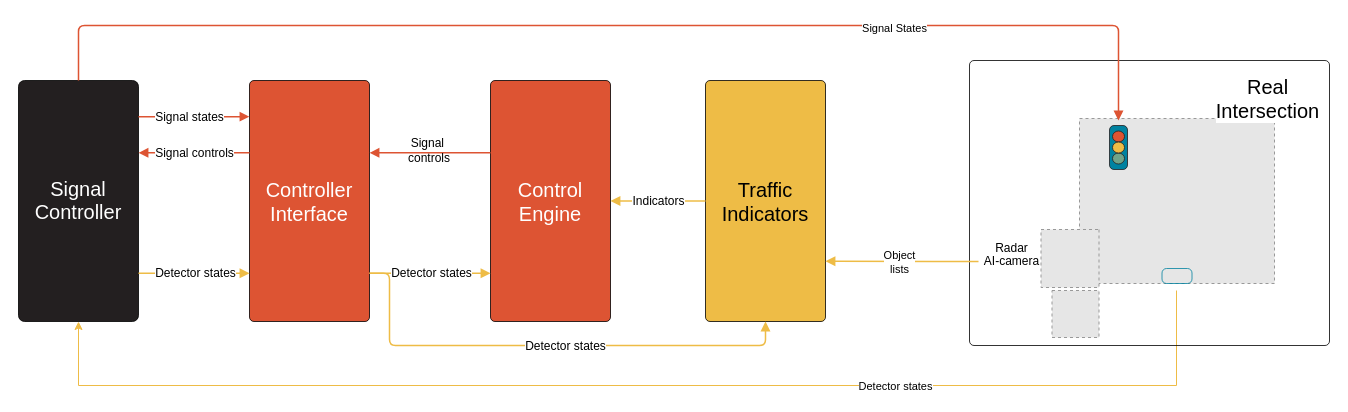
Before: page "live_control" (4 of 5) of doc/dia/OC_README_diagrams.drawio in Open-TLC/open_controller, a draw.io diagram. Source tidied: cells renumbered, new cells numbered last; positions are measured from the earlier drawing's top-left corner, leaving out a move shared by most shapes. Both pictures are drawn from the tidied source at 100%, with x=0, y=0 at pixel (18, 25). Pictures stored in the file or linked from it are replaced by grey dashed boxes.
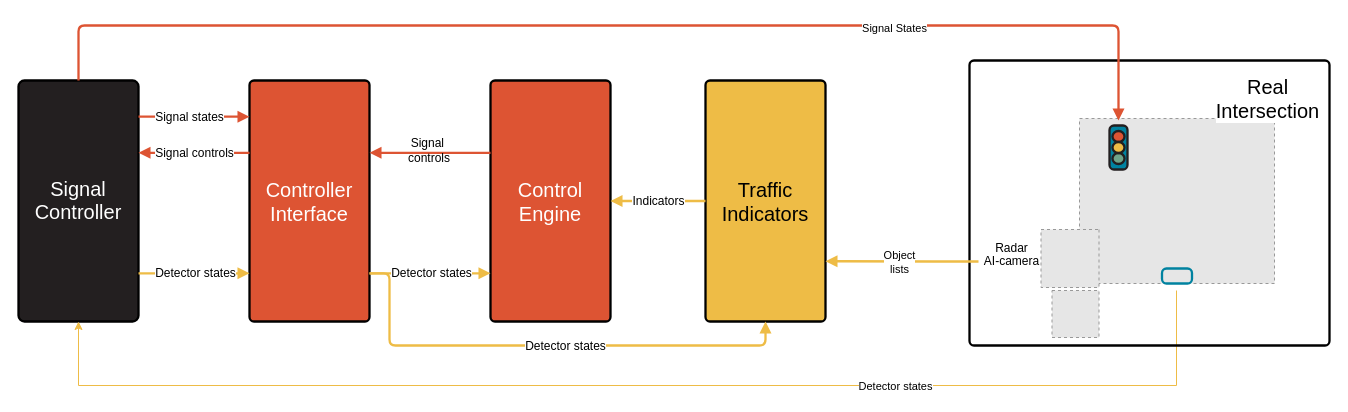
The same page after the edit.

Unchanged cells that the change refers to:
```xml
<mxCell id="30" value="&lt;div style=&quot;display: flex; justify-content: center; text-align: center; align-items: baseline; font-size: 0; line-height: 1.25;margin-top: -2px;&quot;&gt;&lt;span&gt;&lt;span style=&quot;font-size:12px;&quot;&gt;Radar&#10;&lt;/span&gt;&lt;/span&gt;&lt;/div&gt;&lt;div style=&quot;display: flex; justify-content: center; text-align: center; align-items: baseline; font-size: 0; line-height: 1.25;margin-top: -2px;&quot;&gt;&lt;span&gt;&lt;span style=&quot;font-size:12px;&quot;&gt;AI-camera&lt;/span&gt;&lt;/span&gt;&lt;/div&gt;" style="html=1;overflow=block;blockSpacing=1;whiteSpace=wrap;fontSize=13;align=left;spacing=3.8;verticalAlign=top;strokeColor=none;fillOpacity=0;rounded=1;absoluteArcSize=1;arcSize=9;fillColor=#ffffff;strokeWidth=0;lucidId=RRQAg7AYgrBt;fontFamily=poppins;" parent="1" vertex="1">
  <mxGeometry x="960" y="215" width="67" height="35" as="geometry" />
</mxCell>
```

What changed in the source:
```diff
@@
-    <mxCell id="2" value="&lt;div style=&quot;display: flex; justify-content: center; text-align: center; align-items: baseline; font-size: 0; line-height: 1.25;margin-top: -2px;&quot;&gt;&lt;span&gt;&lt;span style=&quot;font-size:20px;color:#ffffff;font-family: poppins;&quot;&gt;Signal&#10;&lt;/span&gt;&lt;/span&gt;&lt;/div&gt;&lt;div style=&quot;display: flex; justify-content: center; text-align: center; align-items: baseline; font-size: 0; line-height: 1.25;margin-top: -2px;&quot;&gt;&lt;span&gt;&lt;span style=&quot;font-size:20px;color:#ffffff;font-family: poppins;&quot;&gt;Controller&lt;/span&gt;&lt;span style=&quot;font-size:20px;color:#0082a0;font-family: poppins;&quot;&gt; &lt;/span&gt;&lt;/span&gt;&lt;/div&gt;" style="html=1;overflow=block;blockSpacing=1;whiteSpace=wrap;fontSize=13;fontFamily=poppins;spacing=9;strokeOpacity=100;fillOpacity=100;rounded=1;absoluteArcSize=1;arcSize=12;fillColor=#231f20;strokeWidth=0.8;lucidId=Kn7rSv5eXCZB;" parent="1" vertex="1">
+    <mxCell id="2" value="&lt;div style=&quot;display: flex; justify-content: center; text-align: center; align-items: baseline; font-size: 0; line-height: 1.25;margin-top: -2px;&quot;&gt;&lt;span&gt;&lt;span style=&quot;font-size:20px;color:#ffffff;font-family: poppins;&quot;&gt;Signal&#10;&lt;/span&gt;&lt;/span&gt;&lt;/div&gt;&lt;div style=&quot;display: flex; justify-content: center; text-align: center; align-items: baseline; font-size: 0; line-height: 1.25;margin-top: -2px;&quot;&gt;&lt;span&gt;&lt;span style=&quot;font-size:20px;color:#ffffff;font-family: poppins;&quot;&gt;Controller&lt;/span&gt;&lt;span style=&quot;font-size:20px;color:#0082a0;font-family: poppins;&quot;&gt; &lt;/span&gt;&lt;/span&gt;&lt;/div&gt;" style="html=1;overflow=block;blockSpacing=1;whiteSpace=wrap;fontSize=13;fontFamily=poppins;spacing=9;strokeOpacity=100;fillOpacity=100;rounded=1;absoluteArcSize=1;arcSize=12;fillColor=#231f20;strokeWidth=2.3;lucidId=Kn7rSv5eXCZB;" parent="1" vertex="1">
       <mxGeometry y="55" width="120" height="241" as="geometry" />
     </mxCell>
@@
-    <mxCell id="5" style="html=1;overflow=block;blockSpacing=1;whiteSpace=wrap;fontSize=13;spacing=9;strokeOpacity=100;rounded=1;absoluteArcSize=1;arcSize=9;strokeWidth=0.8;lucidId=Kn7rewe0uv9M;fontFamily=poppins;fillColor=none;" parent="1" vertex="1">
+    <mxCell id="5" style="html=1;overflow=block;blockSpacing=1;whiteSpace=wrap;fontSize=13;spacing=9;strokeOpacity=100;rounded=1;absoluteArcSize=1;arcSize=9;strokeWidth=2.3;lucidId=Kn7rewe0uv9M;fontFamily=poppins;fillColor=none;" parent="1" vertex="1">
       <mxGeometry x="951" y="35" width="360" height="285" as="geometry" />
     </mxCell>
-    <mxCell id="6" value="Controller&#10;Interface" style="html=1;overflow=block;blockSpacing=1;whiteSpace=wrap;fontSize=20;fontColor=#ffffff;spacing=9;strokeOpacity=100;fillOpacity=100;rounded=1;absoluteArcSize=1;arcSize=9;fillColor=#dd5433;strokeWidth=0.8;lucidId=Kn7ryrkJqPRo;fontFamily=poppins;" parent="1" vertex="1">
+    <mxCell id="6" value="Controller&#10;Interface" style="html=1;overflow=block;blockSpacing=1;whiteSpace=wrap;fontSize=20;fontColor=#ffffff;spacing=9;strokeOpacity=100;fillOpacity=100;rounded=1;absoluteArcSize=1;arcSize=9;fillColor=#dd5433;strokeWidth=2.3;lucidId=Kn7ryrkJqPRo;fontFamily=poppins;" parent="1" vertex="1">
       <mxGeometry x="231" y="55" width="120" height="241" as="geometry" />
     </mxCell>
-    <mxCell id="7" value="Control&#10;Engine" style="html=1;overflow=block;blockSpacing=1;whiteSpace=wrap;fontSize=20;fontColor=#ffffff;spacing=9;strokeOpacity=100;fillOpacity=100;rounded=1;absoluteArcSize=1;arcSize=9;fillColor=#dd5433;strokeWidth=0.8;lucidId=Kn7rC8S4KXX8;fontFamily=poppins;" parent="1" vertex="1">
+    <mxCell id="7" value="Control&#10;Engine" style="html=1;overflow=block;blockSpacing=1;whiteSpace=wrap;fontSize=20;fontColor=#ffffff;spacing=9;strokeOpacity=100;fillOpacity=100;rounded=1;absoluteArcSize=1;arcSize=9;fillColor=#dd5433;strokeWidth=2.3;lucidId=Kn7rC8S4KXX8;fontFamily=poppins;" parent="1" vertex="1">
       <mxGeometry x="472" y="55" width="120" height="241" as="geometry" />
     </mxCell>
@@
-    <mxCell id="10" style="html=1;jettySize=18;whiteSpace=wrap;fontSize=12;strokeColor=#dd5433;strokeOpacity=100;strokeWidth=1.5;rounded=1;arcSize=12;edgeStyle=orthogonalEdgeStyle;startArrow=none;endArrow=block;endFill=1;exitX=0;exitY=0.3;exitPerimeter=0;entryX=1;entryY=0.3;entryPerimeter=0;lucidId=RRQAwoeQu60a;fontFamily=poppins;" parent="1" edge="1" source="7" target="6">
+    <mxCell id="10" style="html=1;jettySize=18;whiteSpace=wrap;fontSize=12;strokeColor=#dd5433;strokeOpacity=100;strokeWidth=2.3;rounded=1;arcSize=12;edgeStyle=orthogonalEdgeStyle;startArrow=none;endArrow=block;endFill=1;exitX=0;exitY=0.3;exitPerimeter=0;entryX=1;entryY=0.3;entryPerimeter=0;lucidId=RRQAwoeQu60a;fontFamily=poppins;" parent="1" edge="1" source="7" target="6">
       <mxGeometry relative="1" as="geometry" />
     </mxCell>
@@
-    <mxCell id="12" style="html=1;jettySize=18;whiteSpace=wrap;fontSize=12;strokeColor=#dd5433;strokeOpacity=100;strokeWidth=1.5;rounded=1;arcSize=12;edgeStyle=orthogonalEdgeStyle;startArrow=none;endArrow=block;endFill=1;exitX=0;exitY=0.3;exitPerimeter=0;entryX=1;entryY=0.3;entryPerimeter=0;lucidId=RRQAakndd5a0;fontFamily=poppins;" parent="1" edge="1" source="6" target="2">
+    <mxCell id="12" style="html=1;jettySize=18;whiteSpace=wrap;fontSize=12;strokeColor=#dd5433;strokeOpacity=100;strokeWidth=2.3;rounded=1;arcSize=12;edgeStyle=orthogonalEdgeStyle;startArrow=none;endArrow=block;endFill=1;exitX=0;exitY=0.3;exitPerimeter=0;entryX=1;entryY=0.3;entryPerimeter=0;lucidId=RRQAakndd5a0;fontFamily=poppins;" parent="1" edge="1" source="6" target="2">
       <mxGeometry relative="1" as="geometry" />
     </mxCell>
@@
-    <mxCell id="14" style="html=1;jettySize=18;whiteSpace=wrap;fontSize=12;strokeColor=#dd5433;strokeOpacity=100;strokeWidth=1.5;rounded=1;arcSize=12;edgeStyle=orthogonalEdgeStyle;startArrow=none;endArrow=block;endFill=1;exitX=1;exitY=0.15;exitPerimeter=0;entryX=0;entryY=0.15;entryPerimeter=0;lucidId=RRQACrVhdQ6p;fontFamily=poppins;" parent="1" edge="1" source="2" target="6">
+    <mxCell id="14" style="html=1;jettySize=18;whiteSpace=wrap;fontSize=12;strokeColor=#dd5433;strokeOpacity=100;strokeWidth=2.3;rounded=1;arcSize=12;edgeStyle=orthogonalEdgeStyle;startArrow=none;endArrow=block;endFill=1;exitX=1;exitY=0.15;exitPerimeter=0;entryX=0;entryY=0.15;entryPerimeter=0;lucidId=RRQACrVhdQ6p;fontFamily=poppins;" parent="1" edge="1" source="2" target="6">
       <mxGeometry relative="1" as="geometry" />
     </mxCell>
@@
-    <mxCell id="16" style="html=1;jettySize=18;whiteSpace=wrap;fontSize=12;strokeOpacity=100;strokeWidth=1.5;rounded=1;arcSize=12;edgeStyle=orthogonalEdgeStyle;startArrow=none;endArrow=block;endFill=1;exitX=1;exitY=0.8;exitPerimeter=0;entryX=0;entryY=0.8;entryPerimeter=0;lucidId=RRQAB.1W09eF;fontFamily=poppins;strokeColor=#eebc46;" parent="1" edge="1" source="2" target="6">
+    <mxCell id="16" style="html=1;jettySize=18;whiteSpace=wrap;fontSize=12;strokeOpacity=100;strokeWidth=2.3;rounded=1;arcSize=12;edgeStyle=orthogonalEdgeStyle;startArrow=none;endArrow=block;endFill=1;exitX=1;exitY=0.8;exitPerimeter=0;entryX=0;entryY=0.8;entryPerimeter=0;lucidId=RRQAB.1W09eF;fontFamily=poppins;strokeColor=#eebc46;" parent="1" edge="1" source="2" target="6">
       <mxGeometry relative="1" as="geometry" />
     </mxCell>
@@
-    <mxCell id="18" style="html=1;jettySize=18;whiteSpace=wrap;fontSize=12;strokeOpacity=100;strokeWidth=1.5;rounded=1;arcSize=12;edgeStyle=orthogonalEdgeStyle;startArrow=none;endArrow=block;endFill=1;exitX=1;exitY=0.8;exitPerimeter=0;entryX=0;entryY=0.8;entryPerimeter=0;lucidId=RRQA~R8LMGso;fontFamily=poppins;strokeColor=#eebc46;" parent="1" edge="1" source="6" target="7">
+    <mxCell id="18" style="html=1;jettySize=18;whiteSpace=wrap;fontSize=12;strokeOpacity=100;strokeWidth=2.3;rounded=1;arcSize=12;edgeStyle=orthogonalEdgeStyle;startArrow=none;endArrow=block;endFill=1;exitX=1;exitY=0.8;exitPerimeter=0;entryX=0;entryY=0.8;entryPerimeter=0;lucidId=RRQA~R8LMGso;fontFamily=poppins;strokeColor=#eebc46;" parent="1" edge="1" source="6" target="7">
       <mxGeometry relative="1" as="geometry" />
     </mxCell>
@@
-    <mxCell id="20" style="html=1;jettySize=18;whiteSpace=wrap;fontSize=12;strokeColor=#dd5433;strokeOpacity=100;strokeWidth=1.5;rounded=1;arcSize=12;edgeStyle=orthogonalEdgeStyle;startArrow=none;endArrow=block;endFill=1;exitX=0.5;exitY=0;exitPerimeter=0;entryX=0.5;entryY=0;entryPerimeter=0;lucidId=RRQAkCl8Tb0F;fontFamily=poppins;" parent="1" edge="1" source="2">
+    <mxCell id="20" style="html=1;jettySize=18;whiteSpace=wrap;fontSize=12;strokeColor=#dd5433;strokeOpacity=100;strokeWidth=2.3;rounded=1;arcSize=12;edgeStyle=orthogonalEdgeStyle;startArrow=none;endArrow=block;endFill=1;exitX=0.5;exitY=0;exitPerimeter=0;entryX=0.5;entryY=0;entryPerimeter=0;lucidId=RRQAkCl8Tb0F;fontFamily=poppins;" parent="1" edge="1" source="2">
       <mxGeometry relative="1" as="geometry">
         <mxPoint x="1100" y="95" as="targetPoint" />
         <Array as="points">
           <mxPoint x="60" />
           <mxPoint x="1100" />
         </Array>
       </mxGeometry>
     </mxCell>
@@
-    <mxCell id="23" value="Traffic&#10;Indicators" style="html=1;overflow=block;blockSpacing=1;whiteSpace=wrap;fontSize=20;spacing=9;strokeOpacity=100;fillOpacity=100;rounded=1;absoluteArcSize=1;arcSize=9;fillColor=#eebc46;strokeWidth=0.8;lucidId=RRQAk1yM2~BC;fontFamily=poppins;" parent="1" vertex="1">
+    <mxCell id="23" value="Traffic&#10;Indicators" style="html=1;overflow=block;blockSpacing=1;whiteSpace=wrap;fontSize=20;spacing=9;strokeOpacity=100;fillOpacity=100;rounded=1;absoluteArcSize=1;arcSize=9;fillColor=#eebc46;strokeWidth=2.3;lucidId=RRQAk1yM2~BC;fontFamily=poppins;" parent="1" vertex="1">
       <mxGeometry x="687" y="55" width="120" height="241" as="geometry" />
     </mxCell>
-    <mxCell id="24" style="html=1;jettySize=18;whiteSpace=wrap;fontSize=12;strokeOpacity=100;strokeWidth=1.5;rounded=1;arcSize=12;edgeStyle=orthogonalEdgeStyle;startArrow=none;endArrow=block;endFill=1;exitX=0;exitY=0.5;exitPerimeter=0;entryX=1;entryY=0.5;entryPerimeter=0;lucidId=RRQAJJ0yGCKl;fontFamily=poppins;strokeColor=#eebc46;" parent="1" edge="1" source="23" target="7">
+    <mxCell id="24" style="html=1;jettySize=18;whiteSpace=wrap;fontSize=12;strokeOpacity=100;strokeWidth=2.3;rounded=1;arcSize=12;edgeStyle=orthogonalEdgeStyle;startArrow=none;endArrow=block;endFill=1;exitX=0;exitY=0.5;exitPerimeter=0;entryX=1;entryY=0.5;entryPerimeter=0;lucidId=RRQAJJ0yGCKl;fontFamily=poppins;strokeColor=#eebc46;" parent="1" edge="1" source="23" target="7">
       <mxGeometry relative="1" as="geometry" />
     </mxCell>
@@
-    <mxCell id="27" style="html=1;jettySize=18;whiteSpace=wrap;fontSize=12;strokeOpacity=100;strokeWidth=1.5;rounded=1;arcSize=12;edgeStyle=orthogonalEdgeStyle;startArrow=none;endArrow=block;endFill=1;entryX=1;entryY=0.75;lucidId=RRQA1W6kHP6q;fontFamily=poppins;strokeColor=#eebc46;entryDx=0;entryDy=0;" parent="1" edge="1" source="30" target="23">
+    <mxCell id="27" style="html=1;jettySize=18;whiteSpace=wrap;fontSize=12;strokeOpacity=100;strokeWidth=2.3;rounded=1;arcSize=12;edgeStyle=orthogonalEdgeStyle;startArrow=none;endArrow=block;endFill=1;entryX=1;entryY=0.75;lucidId=RRQA1W6kHP6q;fontFamily=poppins;strokeColor=#eebc46;entryDx=0;entryDy=0;" parent="1" edge="1" source="30" target="23">
       <mxGeometry relative="1" as="geometry">
         <Array as="points">
           <mxPoint x="921" y="236" />
           <mxPoint x="921" y="236" />
         </Array>
       </mxGeometry>
     </mxCell>
-    <mxCell id="28" style="html=1;overflow=block;blockSpacing=1;whiteSpace=wrap;fontSize=20;spacing=9;strokeOpacity=100;fillOpacity=100;rounded=1;absoluteArcSize=1;arcSize=9;fillColor=#eebc46;strokeWidth=0.8;lucidId=NN7rgVLJIizt;fontFamily=poppins;" parent="27" vertex="1">
+    <mxCell id="28" style="html=1;overflow=block;blockSpacing=1;whiteSpace=wrap;fontSize=20;spacing=9;strokeOpacity=100;fillOpacity=100;rounded=1;absoluteArcSize=1;arcSize=9;fillColor=#eebc46;strokeWidth=2.3;lucidId=NN7rgVLJIizt;fontFamily=poppins;" parent="27" vertex="1">
       <mxGeometry x="0.14" relative="1" as="geometry" />
     </mxCell>
@@
-    <mxCell id="31" style="html=1;jettySize=18;whiteSpace=wrap;fontSize=12;strokeOpacity=100;strokeWidth=1.5;rounded=1;arcSize=12;edgeStyle=orthogonalEdgeStyle;startArrow=none;endArrow=block;endFill=1;exitX=1;exitY=0.8;exitPerimeter=0;entryX=0.5;entryY=1;entryPerimeter=0;lucidId=RRQASvuLEhGi;fontFamily=poppins;strokeColor=#eebc46;" parent="1" edge="1" source="6" target="23">
+    <mxCell id="31" style="html=1;jettySize=18;whiteSpace=wrap;fontSize=12;strokeOpacity=100;strokeWidth=2.3;rounded=1;arcSize=12;edgeStyle=orthogonalEdgeStyle;startArrow=none;endArrow=block;endFill=1;exitX=1;exitY=0.8;exitPerimeter=0;entryX=0.5;entryY=1;entryPerimeter=0;lucidId=RRQASvuLEhGi;fontFamily=poppins;strokeColor=#eebc46;" parent="1" edge="1" source="6" target="23">
       <mxGeometry relative="1" as="geometry">
         <Array as="points">
           <mxPoint x="371" y="248" />
           <mxPoint x="371" y="320" />
           <mxPoint x="747" y="320" />
         </Array>
       </mxGeometry>
     </mxCell>
@@
-    <mxCell id="36" style="html=1;overflow=block;blockSpacing=1;whiteSpace=wrap;fontSize=13;spacing=3.8;strokeColor=#231f20;strokeOpacity=100;fillOpacity=100;rounded=1;absoluteArcSize=1;arcSize=9;fillColor=#0082a0;strokeWidth=0.8;lucidId=RRQAE-m.-uCs;" parent="1" vertex="1">
+    <mxCell id="36" style="html=1;overflow=block;blockSpacing=1;whiteSpace=wrap;fontSize=13;spacing=3.8;strokeColor=#231f20;strokeOpacity=100;fillOpacity=100;rounded=1;absoluteArcSize=1;arcSize=9;fillColor=#0082a0;strokeWidth=2.3;lucidId=RRQAE-m.-uCs;" parent="1" vertex="1">
       <mxGeometry x="1091" y="100" width="18" height="44" as="geometry" />
     </mxCell>
-    <mxCell id="37" style="html=1;overflow=block;blockSpacing=1;whiteSpace=wrap;ellipse;fontSize=13;spacing=3.8;strokeColor=#231f20;strokeOpacity=100;fillOpacity=100;rounded=1;absoluteArcSize=1;arcSize=9;fillColor=#6fa489;strokeWidth=0.8;lucidId=RRQA-6PAGbvR;" parent="36" vertex="1">
+    <mxCell id="37" style="html=1;overflow=block;blockSpacing=1;whiteSpace=wrap;ellipse;fontSize=13;spacing=3.8;strokeColor=#231f20;strokeOpacity=100;fillOpacity=100;rounded=1;absoluteArcSize=1;arcSize=9;fillColor=#6fa489;strokeWidth=2.3;lucidId=RRQA-6PAGbvR;" parent="36" vertex="1">
       <mxGeometry x="3" y="27.5" width="12" height="11" as="geometry" />
     </mxCell>
-    <mxCell id="38" style="html=1;overflow=block;blockSpacing=1;whiteSpace=wrap;ellipse;fontSize=13;spacing=3.8;strokeColor=#231f20;strokeOpacity=100;fillOpacity=100;rounded=1;absoluteArcSize=1;arcSize=9;fillColor=#dd5433;strokeWidth=0.8;lucidId=RRQA_Z4IaJAo;" parent="36" vertex="1">
+    <mxCell id="38" style="html=1;overflow=block;blockSpacing=1;whiteSpace=wrap;ellipse;fontSize=13;spacing=3.8;strokeColor=#231f20;strokeOpacity=100;fillOpacity=100;rounded=1;absoluteArcSize=1;arcSize=9;fillColor=#dd5433;strokeWidth=2.3;lucidId=RRQA_Z4IaJAo;" parent="36" vertex="1">
       <mxGeometry x="3" y="5.5" width="12" height="11" as="geometry" />
     </mxCell>
-    <mxCell id="39" style="html=1;overflow=block;blockSpacing=1;whiteSpace=wrap;ellipse;fontSize=13;spacing=3.8;strokeColor=#231f20;strokeOpacity=100;fillOpacity=100;rounded=1;absoluteArcSize=1;arcSize=9;fillColor=#eebc46;strokeWidth=0.8;lucidId=RRQATsxNQGPK;" parent="36" vertex="1">
+    <mxCell id="39" style="html=1;overflow=block;blockSpacing=1;whiteSpace=wrap;ellipse;fontSize=13;spacing=3.8;strokeColor=#231f20;strokeOpacity=100;fillOpacity=100;rounded=1;absoluteArcSize=1;arcSize=9;fillColor=#eebc46;strokeWidth=2.3;lucidId=RRQATsxNQGPK;" parent="36" vertex="1">
       <mxGeometry x="3" y="16.5" width="12" height="11" as="geometry" />
     </mxCell>
-    <mxCell id="40" style="html=1;overflow=block;blockSpacing=1;whiteSpace=wrap;fontSize=13;spacing=3.8;strokeColor=#0082a0;strokeOpacity=100;fillOpacity=0;rounded=1;absoluteArcSize=1;arcSize=9;fillColor=none;strokeWidth=0.8;lucidId=RRQAPsHe1P79;" parent="1" vertex="1">
+    <mxCell id="40" style="html=1;overflow=block;blockSpacing=1;whiteSpace=wrap;fontSize=13;spacing=3.8;strokeColor=#0082a0;strokeOpacity=100;fillOpacity=0;rounded=1;absoluteArcSize=1;arcSize=9;fillColor=none;strokeWidth=2.3;lucidId=RRQAPsHe1P79;" parent="1" vertex="1">
       <mxGeometry x="1143.5" y="243" width="30" height="15" as="geometry" />
     </mxCell>
```
